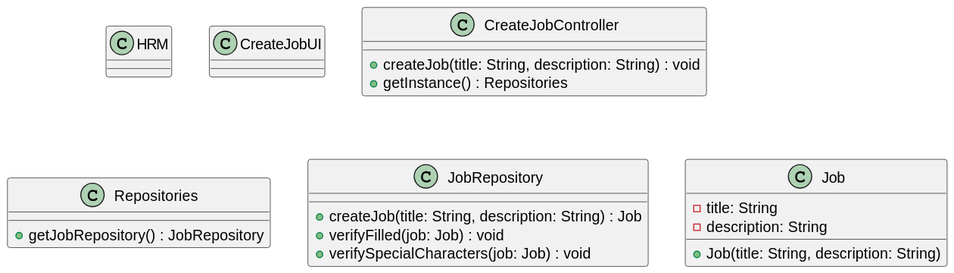
Above: docs/sprintB/us002/03.design/svg/us002-class-diagram.svg in ricardomm7/leaflink (PlantUML), before the change. The source it was exported from:
```plantuml
@startuml
skinparam packageStyle rectangle
skinparam shadowing false
skinparam linetype polyline

class HRM {
}

class CreateJobUI {

}

class CreateJobController {
    +createJob(title: String, description: String) : void
    +getInstance() : Repositories
}

class Repositories {
    +getJobRepository() : JobRepository
}

class JobRepository {
    +createJob(title: String, description: String) : Job
    +verifyFilled(job: Job) : void
    +verifySpecialCharacters(job: Job) : void
}

class Job {
    - title: String
    - description: String
    + Job(title: String, description: String)
}
@enduml
```
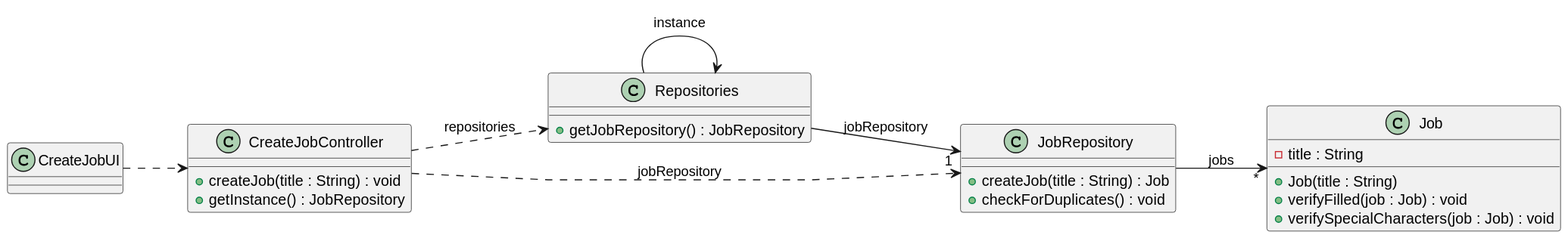
After the commit.

Change to the diagram source:
```diff
@@ -3,16 +3,14 @@
 skinparam shadowing false
 skinparam linetype polyline
 
-class HRM {
-}
+left to right direction
 
 class CreateJobUI {
-
 }
 
 class CreateJobController {
-    +createJob(title: String, description: String) : void
-    +getInstance() : Repositories
+    +createJob(title : String) : void
+    +getInstance() : JobRepository
 }
 
 class Repositories {
@@ -20,14 +18,21 @@
 }
 
 class JobRepository {
-    +createJob(title: String, description: String) : Job
-    +verifyFilled(job: Job) : void
-    +verifySpecialCharacters(job: Job) : void
+    +createJob(title : String) : Job
+    +checkForDuplicates() : void
 }
 
 class Job {
-    - title: String
-    - description: String
-    + Job(title: String, description: String)
+    - title : String
+    + Job(title : String)
+    +verifyFilled(job : Job) : void
+    +verifySpecialCharacters(job : Job) : void
 }
+
+CreateJobUI ..> CreateJobController
+Repositories --> "1" JobRepository : jobRepository
+Repositories --> Repositories : instance
+JobRepository --> "*" Job : jobs
+CreateJobController ..> Repositories : repositories
+CreateJobController ..> JobRepository : jobRepository
 @enduml
```
